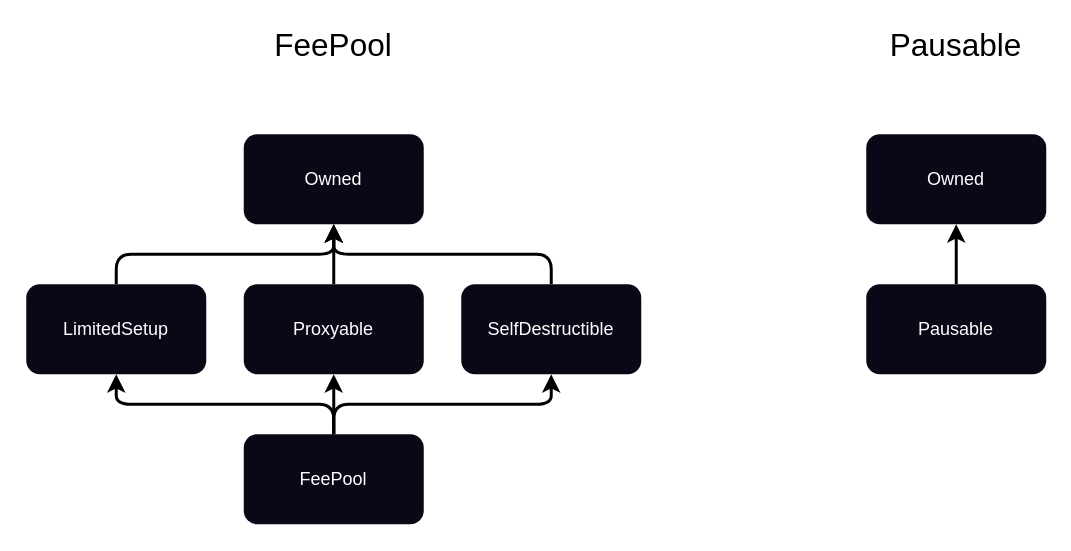
The draw.io diagram docs/img/graphs/synthetix-docs-graphs.drawio in Synthetixio/synthetix, before the edit. Source tidied: cells renumbered, new cells numbered last; positions are measured from the earlier drawing's top-left corner, leaving out a move shared by most shapes. Both pictures are drawn from the tidied source at 150%, with x=0, y=0 at pixel (26, 28).
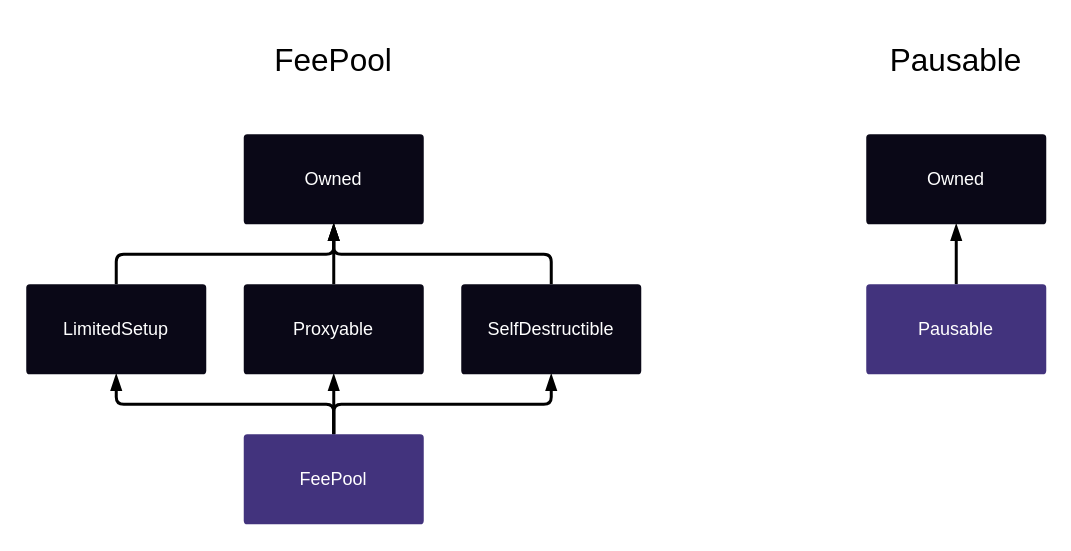
The same page after the edit.

Change to the diagram source:
```diff
@@
-    <mxCell id="2" style="edgeStyle=orthogonalEdgeStyle;rounded=1;jettySize=auto;html=1;exitX=0.5;exitY=0;exitDx=0;exitDy=0;entryX=0.5;entryY=1;entryDx=0;entryDy=0;strokeWidth=2;" parent="1" edge="1" source="5" target="7">
+    <mxCell id="2" style="edgeStyle=orthogonalEdgeStyle;rounded=1;jettySize=auto;html=1;exitX=0.5;exitY=0;exitDx=0;exitDy=0;entryX=0.5;entryY=1;entryDx=0;entryDy=0;strokeWidth=2;arcSize=10;endArrow=blockThin;endFill=1;" parent="1" edge="1" source="5" target="7">
       <mxGeometry relative="1" as="geometry" />
     </mxCell>
-    <mxCell id="3" style="edgeStyle=orthogonalEdgeStyle;rounded=1;jettySize=auto;html=1;exitX=0.5;exitY=0;exitDx=0;exitDy=0;strokeWidth=2;" parent="1" edge="1" source="5" target="10">
-      <mxGeometry relative="1" as="geometry" />
+    <mxCell id="3" style="edgeStyle=orthogonalEdgeStyle;rounded=1;jettySize=auto;html=1;exitX=0.5;exitY=0;exitDx=0;exitDy=0;strokeWidth=2;arcSize=10;endArrow=blockThin;endFill=1;" parent="1" edge="1" source="5" target="10">
+      <mxGeometry relative="1" as="geometry">
+        <Array as="points">
+          <mxPoint x="205" y="250" />
+          <mxPoint x="350" y="250" />
+        </Array>
+      </mxGeometry>
     </mxCell>
-    <mxCell id="4" style="edgeStyle=orthogonalEdgeStyle;rounded=1;jettySize=auto;html=1;exitX=0.5;exitY=0;exitDx=0;exitDy=0;strokeWidth=2;" parent="1" edge="1" source="5" target="12">
-      <mxGeometry relative="1" as="geometry" />
+    <mxCell id="4" style="edgeStyle=orthogonalEdgeStyle;rounded=1;jettySize=auto;html=1;exitX=0.5;exitY=0;exitDx=0;exitDy=0;strokeWidth=2;arcSize=10;endArrow=blockThin;endFill=1;" parent="1" edge="1" source="5" target="12">
+      <mxGeometry relative="1" as="geometry">
+        <Array as="points">
+          <mxPoint x="205" y="250" />
+          <mxPoint x="60" y="250" />
+        </Array>
+      </mxGeometry>
     </mxCell>
-    <mxCell id="5" value="&lt;font color=&quot;#FFFFFF&quot;&gt;FeePool&lt;/font&gt;" style="rounded=1;whiteSpace=wrap;html=1;fillColor=#0a0817;strokeColor=none;" parent="1" vertex="1">
+    <mxCell id="5" value="&lt;font color=&quot;#FFFFFF&quot;&gt;FeePool&lt;/font&gt;" style="rounded=1;whiteSpace=wrap;html=1;fillColor=#42337D;strokeColor=none;arcSize=4;gradientColor=none;" parent="1" vertex="1">
       <mxGeometry x="145" y="270" width="120" height="60" as="geometry" />
     </mxCell>
-    <mxCell id="6" style="edgeStyle=orthogonalEdgeStyle;rounded=1;jettySize=auto;html=1;exitX=0.5;exitY=0;exitDx=0;exitDy=0;entryX=0.5;entryY=1;entryDx=0;entryDy=0;strokeWidth=2;" parent="1" edge="1" source="7" target="8">
+    <mxCell id="6" style="edgeStyle=orthogonalEdgeStyle;rounded=1;jettySize=auto;html=1;exitX=0.5;exitY=0;exitDx=0;exitDy=0;entryX=0.5;entryY=1;entryDx=0;entryDy=0;strokeWidth=2;arcSize=10;endArrow=blockThin;endFill=1;" parent="1" edge="1" source="7" target="8">
       <mxGeometry relative="1" as="geometry" />
     </mxCell>
-    <mxCell id="7" value="&lt;font color=&quot;#FFFFFF&quot;&gt;Proxyable&lt;/font&gt;" style="rounded=1;whiteSpace=wrap;html=1;fillColor=#0a0817;strokeColor=none;" parent="1" vertex="1">
+    <mxCell id="7" value="&lt;font color=&quot;#FFFFFF&quot;&gt;Proxyable&lt;/font&gt;" style="rounded=1;whiteSpace=wrap;html=1;fillColor=#0a0817;strokeColor=none;arcSize=4;" parent="1" vertex="1">
       <mxGeometry x="145" y="170" width="120" height="60" as="geometry" />
     </mxCell>
-    <mxCell id="8" value="&lt;font color=&quot;#FFFFFF&quot;&gt;Owned&lt;/font&gt;" style="rounded=1;whiteSpace=wrap;html=1;fillColor=#0a0817;strokeColor=none;" parent="1" vertex="1">
+    <mxCell id="8" value="&lt;font color=&quot;#FFFFFF&quot;&gt;Owned&lt;/font&gt;" style="rounded=1;whiteSpace=wrap;html=1;fillColor=#0a0817;strokeColor=none;arcSize=4;" parent="1" vertex="1">
       <mxGeometry x="145" y="70" width="120" height="60" as="geometry" />
     </mxCell>
-    <mxCell id="9" style="edgeStyle=orthogonalEdgeStyle;rounded=1;jettySize=auto;html=1;exitX=0.5;exitY=0;exitDx=0;exitDy=0;strokeWidth=2;" parent="1" edge="1" source="10" target="8">
+    <mxCell id="9" style="edgeStyle=orthogonalEdgeStyle;rounded=1;jettySize=auto;html=1;exitX=0.5;exitY=0;exitDx=0;exitDy=0;strokeWidth=2;arcSize=10;endArrow=blockThin;endFill=1;" parent="1" edge="1" source="10" target="8">
       <mxGeometry relative="1" as="geometry" />
     </mxCell>
-    <mxCell id="10" value="&lt;div&gt;&lt;font color=&quot;#FFFFFF&quot;&gt;SelfDestructible&lt;/font&gt;&lt;/div&gt;" style="rounded=1;whiteSpace=wrap;html=1;fillColor=#0a0817;strokeColor=none;" parent="1" vertex="1">
+    <mxCell id="10" value="&lt;div&gt;&lt;font color=&quot;#FFFFFF&quot;&gt;SelfDestructible&lt;/font&gt;&lt;/div&gt;" style="rounded=1;whiteSpace=wrap;html=1;fillColor=#0a0817;strokeColor=none;arcSize=4;" parent="1" vertex="1">
       <mxGeometry x="290" y="170" width="120" height="60" as="geometry" />
     </mxCell>
-    <mxCell id="11" style="edgeStyle=orthogonalEdgeStyle;rounded=1;jettySize=auto;html=1;exitX=0.5;exitY=0;exitDx=0;exitDy=0;strokeWidth=2;" parent="1" edge="1" source="12" target="8">
+    <mxCell id="11" style="edgeStyle=orthogonalEdgeStyle;rounded=1;jettySize=auto;html=1;exitX=0.5;exitY=0;exitDx=0;exitDy=0;strokeWidth=2;arcSize=10;endArrow=blockThin;endFill=1;" parent="1" edge="1" source="12" target="8">
       <mxGeometry relative="1" as="geometry" />
     </mxCell>
-    <mxCell id="12" value="&lt;font color=&quot;#FFFFFF&quot;&gt;LimitedSetup&lt;/font&gt;" style="rounded=1;whiteSpace=wrap;html=1;fillColor=#0a0817;strokeColor=none;" parent="1" vertex="1">
+    <mxCell id="12" value="&lt;font style=&quot;font-size: 12px&quot; color=&quot;#FFFFFF&quot;&gt;LimitedSetup&lt;/font&gt;" style="rounded=1;whiteSpace=wrap;html=1;fillColor=#0a0817;strokeColor=none;arcSize=4;" parent="1" vertex="1">
       <mxGeometry y="170" width="120" height="60" as="geometry" />
     </mxCell>
+    <mxCell id="16" value="Pausable" style="text;html=1;strokeColor=none;fillColor=none;align=center;verticalAlign=middle;whiteSpace=wrap;rounded=0;fontSize=21;" parent="1" vertex="1">
+      <mxGeometry x="600" y="10" width="40" height="20" as="geometry" />
+    </mxCell>
+    <mxCell id="17" value="FeePool" style="text;html=1;strokeColor=none;fillColor=none;align=center;verticalAlign=middle;whiteSpace=wrap;rounded=0;fontSize=21;" parent="1" vertex="1">
+      <mxGeometry x="185" y="10" width="40" height="20" as="geometry" />
+    </mxCell>
-    <mxCell id="13" style="edgeStyle=orthogonalEdgeStyle;rounded=1;jettySize=auto;html=1;exitX=0.5;exitY=0;exitDx=0;exitDy=0;strokeWidth=2;" parent="1" edge="1" source="14" target="15">
+    <mxCell id="13" style="edgeStyle=orthogonalEdgeStyle;rounded=1;jettySize=auto;html=1;exitX=0.5;exitY=0;exitDx=0;exitDy=0;entryX=0.5;entryY=1;entryDx=0;entryDy=0;strokeWidth=2;arcSize=10;endArrow=blockThin;endFill=1;" parent="1" edge="1" source="14" target="15">
       <mxGeometry relative="1" as="geometry" />
     </mxCell>
-    <mxCell id="14" value="&lt;font color=&quot;#FFFFFF&quot;&gt;Pausable&lt;/font&gt;" style="rounded=1;whiteSpace=wrap;html=1;fillColor=#0a0817;strokeColor=none;" parent="1" vertex="1">
+    <mxCell id="14" value="&lt;font color=&quot;#FFFFFF&quot;&gt;Pausable&lt;/font&gt;" style="rounded=1;whiteSpace=wrap;html=1;fillColor=#42337D;strokeColor=none;arcSize=4;" parent="1" vertex="1">
       <mxGeometry x="560" y="170" width="120" height="60" as="geometry" />
     </mxCell>
-    <mxCell id="15" value="&lt;font color=&quot;#FFFFFF&quot;&gt;Owned&lt;/font&gt;" style="rounded=1;whiteSpace=wrap;html=1;fillColor=#0a0817;strokeColor=none;" parent="1" vertex="1">
+    <mxCell id="15" value="&lt;font color=&quot;#FFFFFF&quot;&gt;Owned&lt;/font&gt;" style="rounded=1;whiteSpace=wrap;html=1;fillColor=#0a0817;strokeColor=none;arcSize=4;" parent="1" vertex="1">
       <mxGeometry x="560" y="70" width="120" height="60" as="geometry" />
     </mxCell>
-    <mxCell id="16" value="Pausable" style="text;html=1;strokeColor=none;fillColor=none;align=center;verticalAlign=middle;whiteSpace=wrap;rounded=0;fontSize=21;" parent="1" vertex="1">
-      <mxGeometry x="600" width="40" height="20" as="geometry" />
-    </mxCell>
-    <mxCell id="17" value="FeePool" style="text;html=1;strokeColor=none;fillColor=none;align=center;verticalAlign=middle;whiteSpace=wrap;rounded=0;fontSize=21;" parent="1" vertex="1">
-      <mxGeometry x="185" width="40" height="20" as="geometry" />
-    </mxCell>
```
